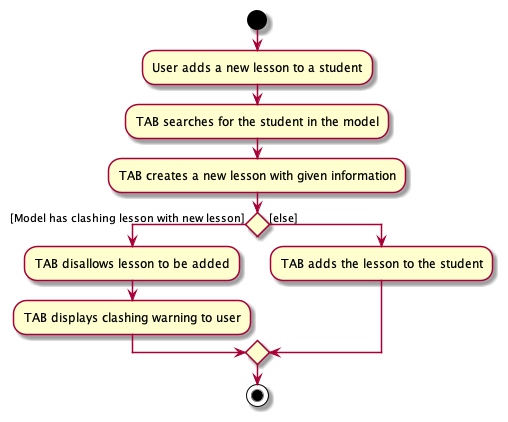
nus-cs2103-AY2122S1/tp keeps this PlantUML diagram as docs/images/LessonAddAcitivityDiagram.png. Above is the earlier version. Source of this version:
```plantuml
@startuml

start
:User adds a new lesson to a student;

:TAB searches for the student in the model;

:TAB creates a new lesson with given information;

if () then ([Model has clashing lesson with new lesson])
  :TAB disallows lesson to be added;
  :TAB displays clashing warning to user;
else ([else])
  :TAB adds the lesson to the student;
endif

stop

@enduml
```
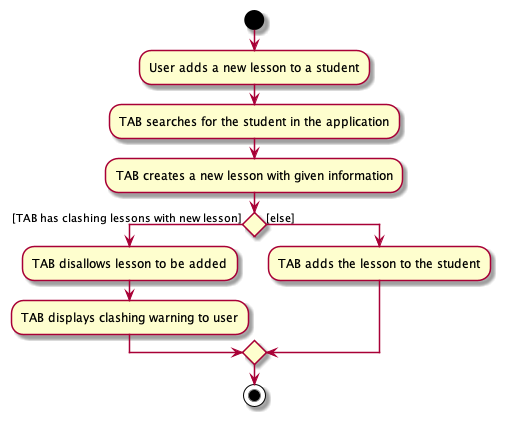
Later version of the same file.

Commit message:
Update diagram label's grammar

What changed in the source:
```diff
@@ -3,11 +3,11 @@
 start
 :User adds a new lesson to a student;
 
-:TAB searches for the student in the model;
+:TAB searches for the student in the application;
 
 :TAB creates a new lesson with given information;
 
-if () then ([Model has clashing lesson with new lesson])
+if () then ([TAB has clashing lessons with new lesson])
   :TAB disallows lesson to be added;
   :TAB displays clashing warning to user;
 else ([else])
```
